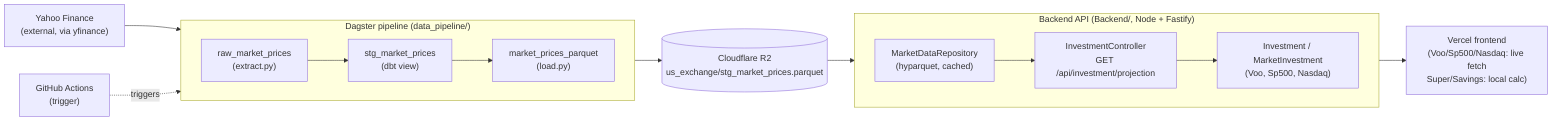
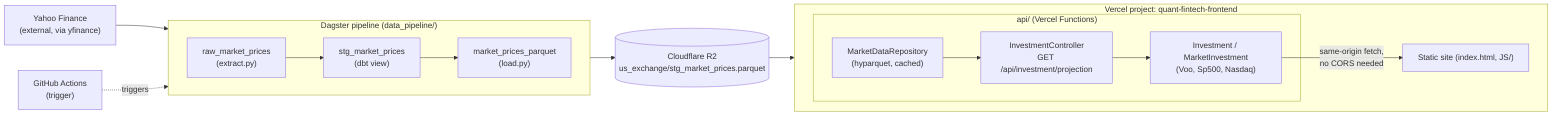
%% System Architecture — Quant Finance MLDL Analytics
%% Solid nodes/edges = live today. Dashed nodes/edges = planned, not yet built.
flowchart LR
    yahoo["Yahoo Finance\n(external, via yfinance)"]

    subgraph dagster["Dagster pipeline (data_pipeline/)"]
        direction LR
        extract["raw_market_prices\n(extract.py)"]
        stg["stg_market_prices\n(dbt view)"]
        load["market_prices_parquet\n(load.py)"]
        extract --> stg --> load
    end

    r2[("Cloudflare R2\nus_exchange/stg_market_prices.parquet")]
    gha["GitHub Actions\n(trigger)"]

-     subgraph backend["Backend API (Backend/, Node + Fastify)"]
+     subgraph vercel["Vercel project: quant-fintech-frontend"]
        direction LR
-         repo["MarketDataRepository\n(hyparquet, cached)"]
-         controller["InvestmentController\nGET /api/investment/projection"]
-         calc["Investment / MarketInvestment\n(Voo, Sp500, Nasdaq)"]
-         repo --> controller --> calc
+         subgraph functions["api/ (Vercel Functions)"]
+             repo["MarketDataRepository\n(hyparquet, cached)"]
+             controller["InvestmentController\nGET /api/investment/projection"]
+             calc["Investment / MarketInvestment\n(Voo, Sp500, Nasdaq)"]
+             repo --> controller --> calc
+         end
+         staticSite["Static site (index.html, JS/)"]
+         calc -- "same-origin fetch,\nno CORS needed" --> staticSite
    end
- 
-     frontend["Vercel frontend\n(Voo/Sp500/Nasdaq: live fetch\nSuper/Savings: local calc)"]

    yahoo --> extract
    load --> r2
    gha -. triggers .-> dagster
    r2 --> repo
-     calc --> frontend
